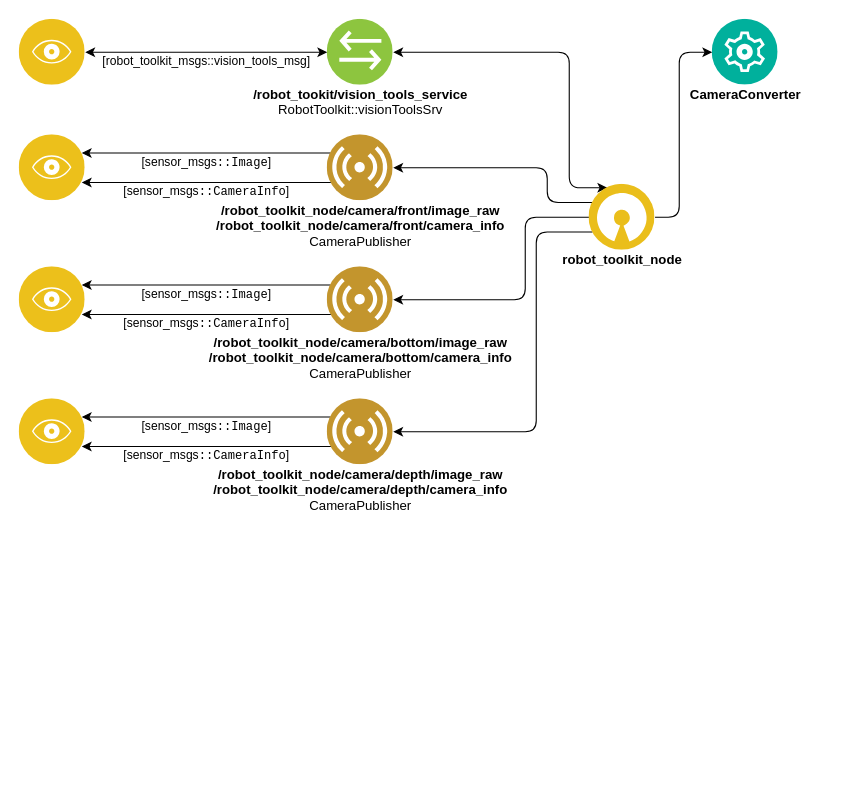
The draw.io diagram wiki/images/vision_tools/vision_tools_diagram.drawio in NicolasRochaPacheco/robot_toolkit, before the edit. Source tidied: cells renumbered, new cells numbered last; positions are measured from the earlier drawing's top-left corner, leaving out a move shared by most shapes. Both pictures are drawn from the tidied source at 110%, with x=0, y=0 at pixel (19, 19).
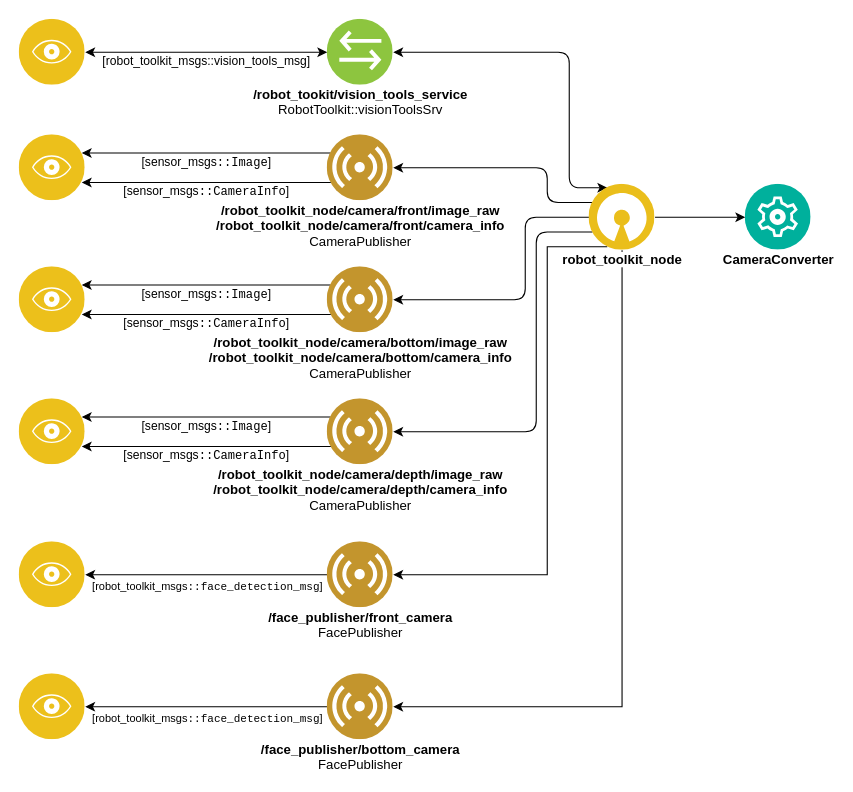
After the change.

The change refers to these unchanged cells:
```xml
<mxCell id="6" value="robot_toolkit_node" style="perimeter=ellipsePerimeter;html=1;align=center;shadow=0;dashed=0;fontColor=#000000;labelBackgroundColor=#ffffff;fontSize=12;spacingTop=-5;image;image=img/lib/ibm/applications/open_source_tools.svg;fontStyle=1;" parent="1" vertex="1">
  <mxGeometry x="518" y="150" width="60" height="60" as="geometry" />
</mxCell>
```

Change to the diagram source:
```diff
@@
+    <mxCell id="25" style="edgeStyle=orthogonalEdgeStyle;rounded=0;jettySize=auto;html=1;exitX=0.25;exitY=1;exitDx=0;exitDy=0;entryX=1;entryY=0.5;entryDx=0;entryDy=0;" parent="1" edge="1" source="6" target="29">
+      <mxGeometry relative="1" as="geometry">
+        <Array as="points">
+          <mxPoint x="480" y="207" />
+          <mxPoint x="480" y="505" />
+        </Array>
+      </mxGeometry>
+    </mxCell>
+    <mxCell id="26" style="edgeStyle=orthogonalEdgeStyle;rounded=0;jettySize=auto;html=1;exitX=0.5;exitY=1;exitDx=0;exitDy=0;entryX=1;entryY=0.5;entryDx=0;entryDy=0;" parent="1" edge="1" source="6" target="33">
+      <mxGeometry relative="1" as="geometry" />
+    </mxCell>
@@
     <mxCell id="11" value="CameraConverter&lt;br&gt;" style="perimeter=ellipsePerimeter;html=1;align=center;shadow=0;dashed=0;fontColor=#000000;labelBackgroundColor=#ffffff;fontSize=12;spacingTop=-5;image;image=img/lib/ibm/management/management.svg;fontStyle=1;" parent="1" vertex="1">
-      <mxGeometry x="630" width="60" height="60" as="geometry" />
+      <mxGeometry x="660" y="150" width="60" height="60" as="geometry" />
     </mxCell>
     <mxCell id="12" style="edgeStyle=elbowEdgeStyle;elbow=horizontal;endArrow=classic;html=1;fontColor=#000000;exitX=1;exitY=0.5;exitDx=0;exitDy=0;entryX=0;entryY=0.5;entryDx=0;entryDy=0;spacingTop=-5;" parent="1" edge="1" source="6" target="11">
       <mxGeometry relative="1" as="geometry">
         <Array as="points">
-          <mxPoint x="600" y="105" />
+          <mxPoint x="640" y="165" />
         </Array>
       </mxGeometry>
     </mxCell>
@@
+    <mxCell id="27" style="edgeStyle=orthogonalEdgeStyle;rounded=0;jettySize=auto;html=1;exitX=0;exitY=0.5;exitDx=0;exitDy=0;entryX=1;entryY=0.5;entryDx=0;entryDy=0;" parent="1" edge="1" source="29" target="30">
+      <mxGeometry relative="1" as="geometry" />
+    </mxCell>
+    <mxCell id="28" value="&lt;div style=&quot;font-size: 10px;&quot;&gt;[robot_toolkit_msgs&lt;code style=&quot;font-size: 10px;&quot;&gt;::face_detection_msg&lt;/code&gt;]&lt;/div&gt;" style="text;html=1;align=center;verticalAlign=middle;labelBackgroundColor=#ffffff;fontSize=10;" parent="27" vertex="1">
+      <mxGeometry x="0.28" relative="1" as="geometry">
+        <mxPoint x="31" y="10" as="offset" />
+      </mxGeometry>
+    </mxCell>
+    <mxCell id="29" value="/face_publisher/front_camera&lt;br&gt;&lt;span style=&quot;font-weight: normal&quot;&gt;FacePublisher&lt;/span&gt;" style="perimeter=ellipsePerimeter;html=1;align=center;shadow=0;dashed=0;fontColor=#000000;labelBackgroundColor=#ffffff;fontSize=12;spacingTop=-5;image;image=img/lib/ibm/users/sensor.svg;fontStyle=1;verticalAlign=top;horizontal=1;" parent="1" vertex="1">
+      <mxGeometry x="280" y="475" width="60" height="60" as="geometry" />
+    </mxCell>
+    <mxCell id="30" style="perimeter=ellipsePerimeter;html=1;align=center;shadow=0;dashed=0;fontColor=#4277BB;labelBackgroundColor=#ffffff;fontSize=12;spacingTop=-5;image;image=img/lib/ibm/applications/visualization.svg;verticalAlign=top;horizontal=1;" parent="1" vertex="1">
+      <mxGeometry y="475" width="60" height="60" as="geometry" />
+    </mxCell>
+    <mxCell id="31" style="edgeStyle=orthogonalEdgeStyle;rounded=0;jettySize=auto;html=1;exitX=0;exitY=0.5;exitDx=0;exitDy=0;entryX=1;entryY=0.5;entryDx=0;entryDy=0;" parent="1" edge="1" source="33" target="34">
+      <mxGeometry relative="1" as="geometry" />
+    </mxCell>
+    <mxCell id="32" value="&lt;div&gt;[robot_toolkit_msgs&lt;code&gt;::face_detection_msg&lt;/code&gt;]&lt;/div&gt;" style="text;html=1;align=center;verticalAlign=middle;labelBackgroundColor=#ffffff;fontSize=10;" parent="31" vertex="1">
+      <mxGeometry x="0.16" relative="1" as="geometry">
+        <mxPoint x="18" y="10" as="offset" />
+      </mxGeometry>
+    </mxCell>
+    <mxCell id="33" value="&lt;b&gt;/face_publisher/bottom_camera&lt;/b&gt;&lt;br&gt;&lt;span&gt;FacePublisher&lt;/span&gt;" style="perimeter=ellipsePerimeter;html=1;align=center;shadow=0;dashed=0;fontColor=#000000;labelBackgroundColor=#ffffff;fontSize=12;spacingTop=-5;image;image=img/lib/ibm/users/sensor.svg;fontStyle=0;verticalAlign=top;horizontal=1;" parent="1" vertex="1">
+      <mxGeometry x="280" y="595" width="60" height="60" as="geometry" />
+    </mxCell>
+    <mxCell id="34" style="perimeter=ellipsePerimeter;html=1;align=center;shadow=0;dashed=0;fontColor=#4277BB;labelBackgroundColor=#ffffff;fontSize=12;spacingTop=-5;image;image=img/lib/ibm/applications/visualization.svg;verticalAlign=top;horizontal=1;" parent="1" vertex="1">
+      <mxGeometry y="595" width="60" height="60" as="geometry" />
+    </mxCell>
```
